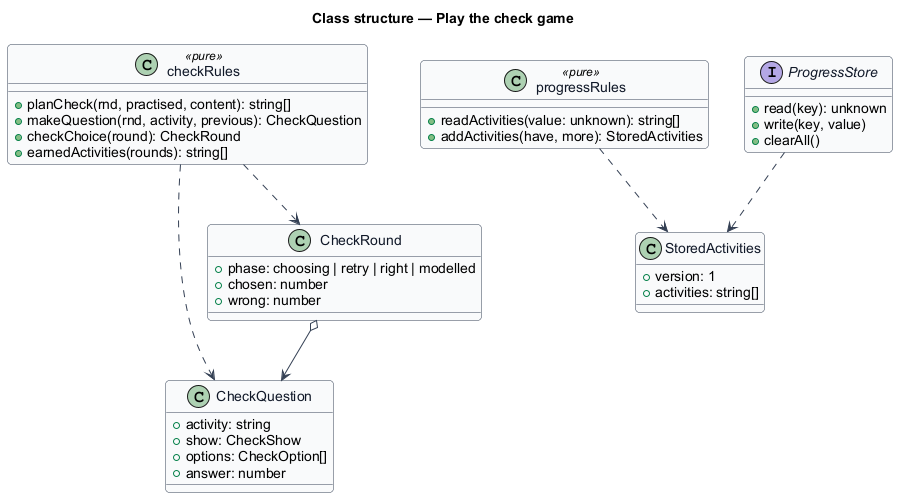
This is docs/detailed-designs/lessons/check-game/diagrams/class.png from QuinntyneBrown/pibbo, a PlantUML export, as it was before one commit.
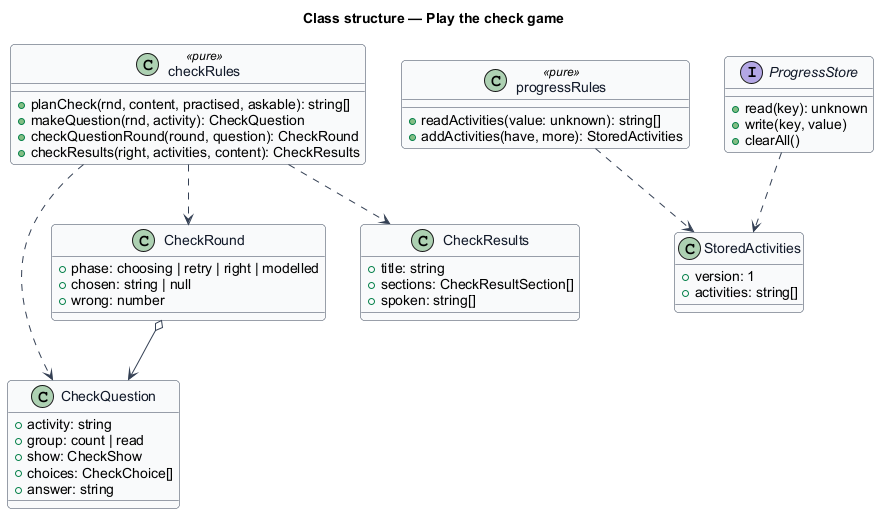
The same diagram one commit later.

What changed in the source:
```diff
@@ -13,24 +13,30 @@
 
 class CheckQuestion {
   +activity: string
+  +group: count | read
   +show: CheckShow
-  +options: CheckOption[]
-  +answer: number
+  +choices: CheckChoice[]
+  +answer: string
 }
 class CheckRound {
   +phase: choosing | retry | right | modelled
-  +chosen: number
+  +chosen: string | null
   +wrong: number
+}
+class CheckResults {
+  +title: string
+  +sections: CheckResultSection[]
+  +spoken: string[]
 }
 class StoredActivities {
   +version: 1
   +activities: string[]
 }
 class checkRules <<pure>> {
-  +planCheck(rnd, practised, content): string[]
-  +makeQuestion(rnd, activity, previous): CheckQuestion
-  +checkChoice(round): CheckRound
-  +earnedActivities(rounds): string[]
+  +planCheck(rnd, content, practised, askable): string[]
+  +makeQuestion(rnd, activity): CheckQuestion
+  +checkQuestionRound(round, question): CheckRound
+  +checkResults(right, activities, content): CheckResults
 }
 class progressRules <<pure>> {
   +readActivities(value: unknown): string[]
@@ -43,6 +49,7 @@
 }
 checkRules ..> CheckQuestion
 checkRules ..> CheckRound
+checkRules ..> CheckResults
 CheckRound o--> CheckQuestion
 progressRules ..> StoredActivities
 ProgressStore ..> StoredActivities
```
